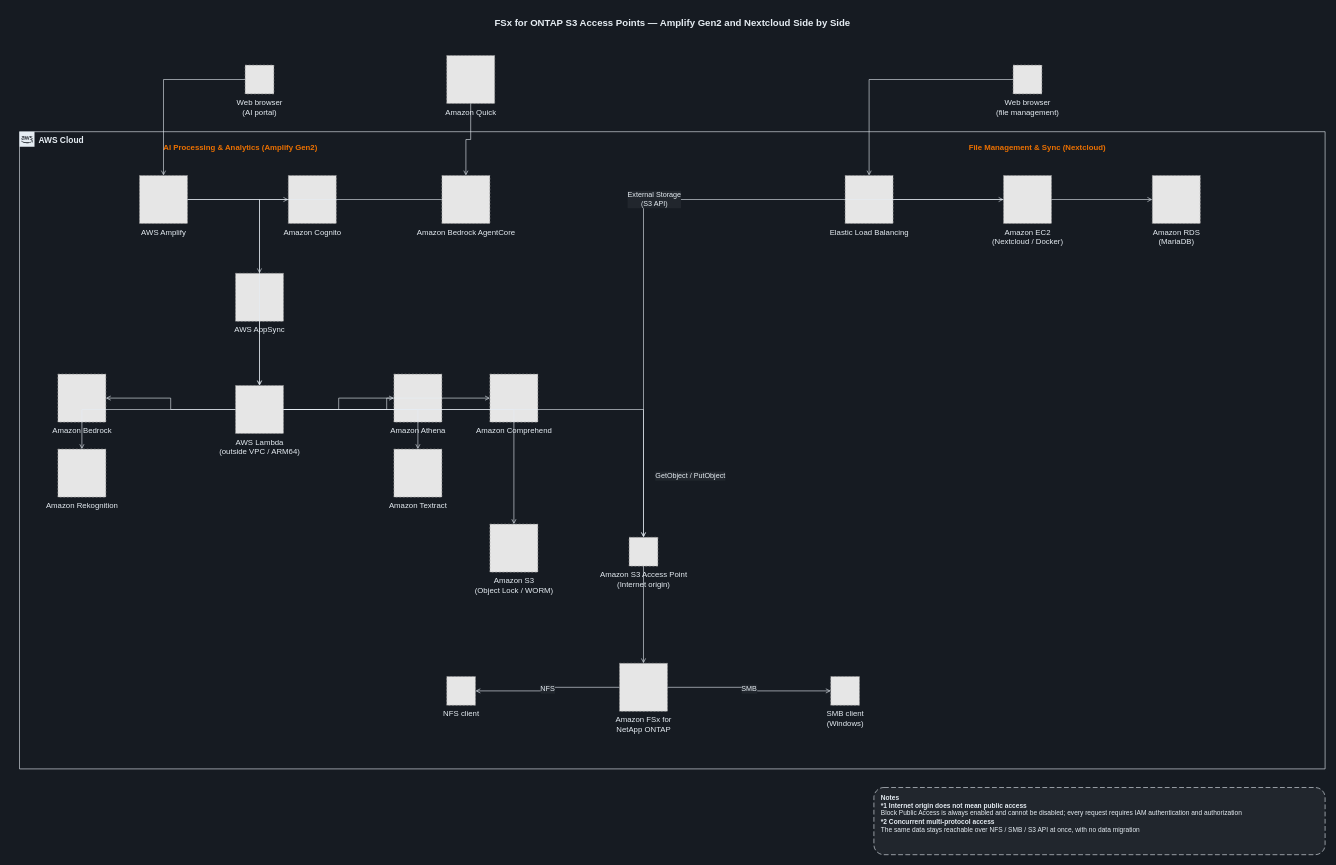
Yoshiki0705/FSx-for-ONTAP-S3AccessPoints-Serverless-Patterns keeps this draw.io diagram as docs/diagrams/dark/coexistence-3path-en.drawio. Above is the earlier version. Source tidied: cells renumbered, new cells numbered last; positions are measured from the earlier drawing's top-left corner, leaving out a move shared by most shapes. Both pictures are drawn from the tidied source at 60%, with x=0, y=0 at pixel (19, 10). Pictures stored in the file or linked from it are replaced by grey dashed boxes.
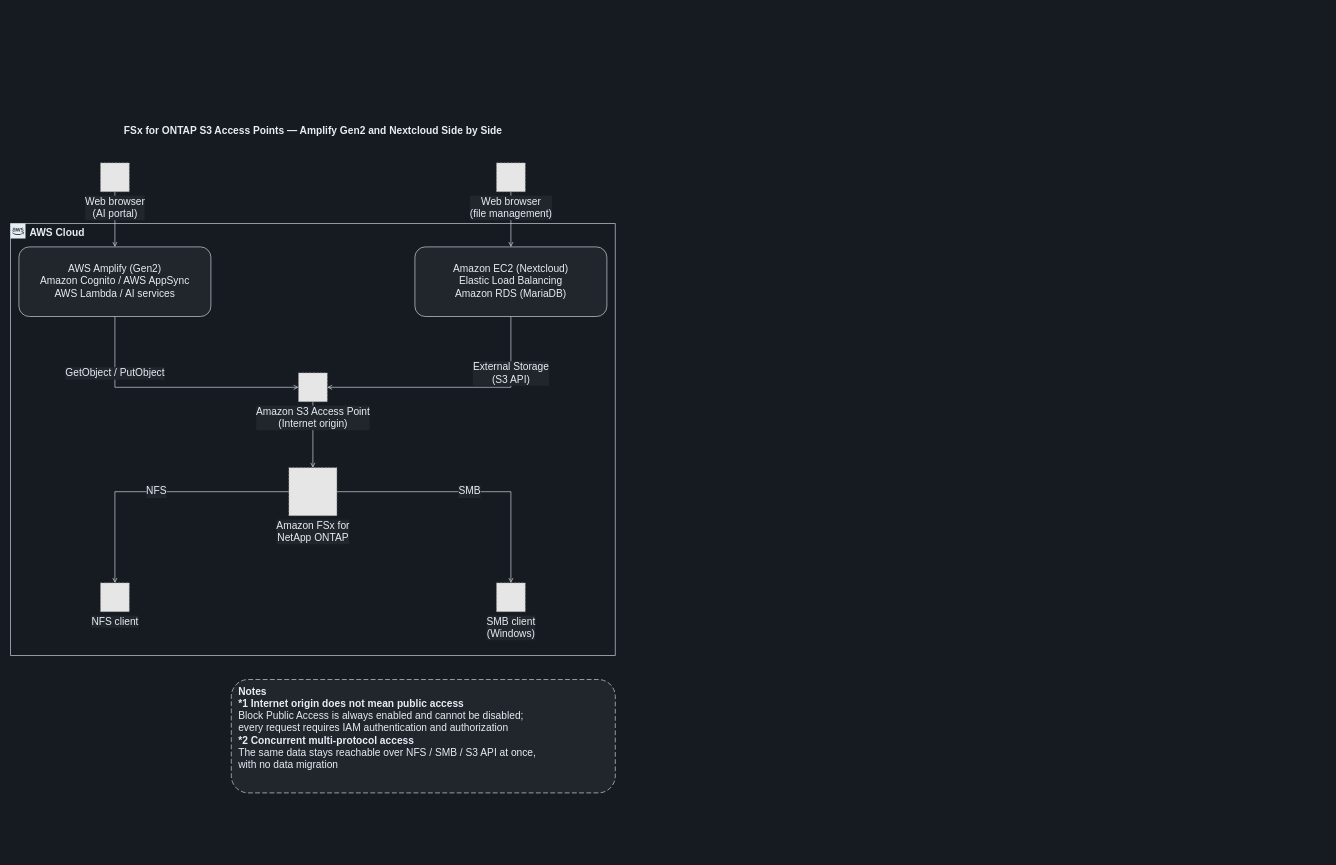
The same page after the edit.

What changed in the source:
```diff
@@
+    <mxCell id="46" value="FSx for ONTAP S3 Access Points — Amplify Gen2 and Nextcloud Side by Side" style="text;html=1;align=center;verticalAlign=middle;fontSize=17;fontStyle=1;fontColor=#E6EDF3;" parent="1" vertex="1">
+      <mxGeometry x="-15" y="184" width="1008" height="34" as="geometry" />
+    </mxCell>
-    <mxCell id="2" value="AWS Cloud" style="gradientColor=none;html=1;whiteSpace=wrap;fontSize=14;fontStyle=1;shape=mxgraph.aws4.group;grIcon=mxgraph.aws4.group_aws_cloud_alt;strokeColor=#E6EDF3;fillColor=none;verticalAlign=top;align=left;spacingLeft=30;fontColor=#E6EDF3;dashed=0;" parent="1" vertex="1">
-      <mxGeometry y="202" width="2176" height="1062" as="geometry" />
+    <mxCell id="2" value="AWS Cloud" style="gradientColor=none;html=1;whiteSpace=wrap;fontSize=17;fontStyle=1;shape=mxgraph.aws4.group;grIcon=mxgraph.aws4.group_aws_cloud_alt;strokeColor=#E6EDF3;fillColor=none;verticalAlign=top;align=left;spacingLeft=30;fontColor=#E6EDF3;dashed=0;" parent="1" vertex="1">
+      <mxGeometry x="-15" y="355" width="1008" height="720" as="geometry" />
     </mxCell>
-    <mxCell id="3" value="AI Processing &amp; Analytics (Amplify Gen2)" style="text;html=1;align=center;verticalAlign=middle;fontSize=13;fontColor=#ED7100;fontStyle=1;" parent="1" vertex="1">
-      <mxGeometry x="192" y="215" width="352" height="25" as="geometry" />
-    </mxCell>
-    <mxCell id="4" value="File Management &amp; Sync (Nextcloud)" style="text;html=1;align=center;verticalAlign=middle;fontSize=13;fontColor=#ED7100;fontStyle=1;" parent="1" vertex="1">
-      <mxGeometry x="1504" y="215" width="384" height="25" as="geometry" />
-    </mxCell>
+    <mxCell id="48" style="edgeStyle=orthogonalEdgeStyle;rounded=0;jettySize=auto;html=1;endArrow=open;endFill=0;strokeColor=#E6EDF3;strokeWidth=1;fontSize=17;fontColor=#E6EDF3;labelBackgroundColor=#21262D;" parent="1" edge="1" source="5" target="49">
+      <mxGeometry relative="1" as="geometry" />
+    </mxCell>
+    <mxCell id="26" style="edgeStyle=orthogonalEdgeStyle;rounded=0;jettySize=auto;html=1;endArrow=open;endFill=0;strokeColor=#E6EDF3;strokeWidth=1;fontSize=17;fontColor=#E6EDF3;labelBackgroundColor=#21262D;" parent="1" edge="1" source="6" target="50">
+      <mxGeometry relative="1" as="geometry" />
+    </mxCell>
+    <mxCell id="27" value="GetObject / PutObject" style="edgeStyle=orthogonalEdgeStyle;rounded=0;jettySize=auto;html=1;endArrow=open;endFill=0;strokeColor=#E6EDF3;strokeWidth=1;fontSize=17;fontColor=#E6EDF3;labelBackgroundColor=#21262D;exitX=0.5;exitY=1;exitDx=0;exitDy=0;entryX=0;entryY=0.5;entryDx=0;entryDy=0;" parent="1" edge="1" source="49" target="22">
+      <mxGeometry x="-0.55" relative="1" as="geometry" />
+    </mxCell>
+    <mxCell id="30" value="External Storage&lt;br&gt;(S3 API)" style="edgeStyle=orthogonalEdgeStyle;rounded=0;jettySize=auto;html=1;endArrow=open;endFill=0;strokeColor=#E6EDF3;strokeWidth=1;fontSize=17;fontColor=#E6EDF3;labelBackgroundColor=#21262D;exitX=0.5;exitY=1;exitDx=0;exitDy=0;entryX=1;entryY=0.5;entryDx=0;entryDy=0;" parent="1" edge="1" source="50" target="22">
+      <mxGeometry x="-0.55" relative="1" as="geometry" />
+    </mxCell>
+    <mxCell id="32" style="edgeStyle=orthogonalEdgeStyle;rounded=0;jettySize=auto;html=1;endArrow=open;endFill=0;strokeColor=#E6EDF3;strokeWidth=1;fontSize=17;fontColor=#E6EDF3;labelBackgroundColor=#21262D;" parent="1" edge="1" source="22" target="23">
+      <mxGeometry relative="1" as="geometry" />
+    </mxCell>
+    <mxCell id="33" value="NFS" style="edgeStyle=orthogonalEdgeStyle;rounded=0;jettySize=auto;html=1;endArrow=open;endFill=0;strokeColor=#E6EDF3;strokeWidth=1;fontSize=17;fontColor=#E6EDF3;labelBackgroundColor=#21262D;" parent="1" edge="1" source="23" target="24">
+      <mxGeometry relative="1" as="geometry" />
+    </mxCell>
+    <mxCell id="34" value="SMB" style="edgeStyle=orthogonalEdgeStyle;rounded=0;jettySize=auto;html=1;endArrow=open;endFill=0;strokeColor=#E6EDF3;strokeWidth=1;fontSize=17;fontColor=#E6EDF3;labelBackgroundColor=#21262D;" parent="1" edge="1" source="23" target="25">
+      <mxGeometry relative="1" as="geometry" />
+    </mxCell>
-    <mxCell id="5" value="Web browser&#10;(AI portal)" style="fillColor=#E6E6E6;strokeColor=#999999;dashed=1;html=1;verticalLabelPosition=bottom;verticalAlign=top;labelPosition=center;align=center;fontSize=13;fontColor=#E6EDF3;" parent="1" vertex="1">
-      <mxGeometry x="376" y="91" width="48" height="48" as="geometry" />
+    <mxCell id="5" value="Web browser&lt;br&gt;(AI portal)" style="fillColor=#E6E6E6;strokeColor=#999999;dashed=1;html=1;verticalLabelPosition=bottom;verticalAlign=top;labelPosition=center;align=center;fontSize=17;fontColor=#E6EDF3;labelBackgroundColor=#21262D;" parent="1" vertex="1">
+      <mxGeometry x="135" y="254" width="48" height="48" as="geometry" />
     </mxCell>
-    <mxCell id="6" value="Web browser&#10;(file management)" style="fillColor=#E6E6E6;strokeColor=#999999;dashed=1;html=1;verticalLabelPosition=bottom;verticalAlign=top;labelPosition=center;align=center;fontSize=13;fontColor=#E6EDF3;" parent="1" vertex="1">
-      <mxGeometry x="1656" y="91" width="48" height="48" as="geometry" />
+    <mxCell id="6" value="Web browser&lt;br&gt;(file management)" style="fillColor=#E6E6E6;strokeColor=#999999;dashed=1;html=1;verticalLabelPosition=bottom;verticalAlign=top;labelPosition=center;align=center;fontSize=17;fontColor=#E6EDF3;labelBackgroundColor=#21262D;" parent="1" vertex="1">
+      <mxGeometry x="795" y="254" width="48" height="48" as="geometry" />
     </mxCell>
-    <mxCell id="7" value="Amazon Quick" style="fillColor=#E6E6E6;strokeColor=#999999;dashed=1;html=1;verticalLabelPosition=bottom;verticalAlign=top;labelPosition=center;align=center;fontSize=13;fontColor=#E6EDF3;" parent="1" vertex="1">
-      <mxGeometry x="712" y="75" width="80" height="80" as="geometry" />
-    </mxCell>
-    <mxCell id="8" value="AWS Amplify" style="fillColor=#E6E6E6;strokeColor=#999999;dashed=1;html=1;verticalLabelPosition=bottom;verticalAlign=top;labelPosition=center;align=center;fontSize=13;fontColor=#E6EDF3;" parent="1" vertex="1">
-      <mxGeometry x="200" y="275" width="80" height="80" as="geometry" />
-    </mxCell>
-    <mxCell id="9" value="Amazon Cognito" style="fillColor=#E6E6E6;strokeColor=#999999;dashed=1;html=1;verticalLabelPosition=bottom;verticalAlign=top;labelPosition=center;align=center;fontSize=13;fontColor=#E6EDF3;" parent="1" vertex="1">
-      <mxGeometry x="448" y="275" width="80" height="80" as="geometry" />
-    </mxCell>
-    <mxCell id="10" value="AWS AppSync" style="fillColor=#E6E6E6;strokeColor=#999999;dashed=1;html=1;verticalLabelPosition=bottom;verticalAlign=top;labelPosition=center;align=center;fontSize=13;fontColor=#E6EDF3;" parent="1" vertex="1">
-      <mxGeometry x="360" y="438" width="80" height="80" as="geometry" />
-    </mxCell>
-    <mxCell id="11" value="Amazon Bedrock AgentCore" style="fillColor=#E6E6E6;strokeColor=#999999;dashed=1;html=1;verticalLabelPosition=bottom;verticalAlign=top;labelPosition=center;align=center;fontSize=13;fontColor=#E6EDF3;" parent="1" vertex="1">
-      <mxGeometry x="704" y="275" width="80" height="80" as="geometry" />
-    </mxCell>
-    <mxCell id="12" value="AWS Lambda&#10;(outside VPC / ARM64)" style="fillColor=#E6E6E6;strokeColor=#999999;dashed=1;html=1;verticalLabelPosition=bottom;verticalAlign=top;labelPosition=center;align=center;fontSize=13;fontColor=#E6EDF3;" parent="1" vertex="1">
-      <mxGeometry x="360" y="625" width="80" height="80" as="geometry" />
-    </mxCell>
-    <mxCell id="13" value="Amazon Bedrock" style="fillColor=#E6E6E6;strokeColor=#999999;dashed=1;html=1;verticalLabelPosition=bottom;verticalAlign=top;labelPosition=center;align=center;fontSize=13;fontColor=#E6EDF3;" parent="1" vertex="1">
-      <mxGeometry x="64" y="606" width="80" height="80" as="geometry" />
-    </mxCell>
-    <mxCell id="14" value="Amazon Rekognition" style="fillColor=#E6E6E6;strokeColor=#999999;dashed=1;html=1;verticalLabelPosition=bottom;verticalAlign=top;labelPosition=center;align=center;fontSize=13;fontColor=#E6EDF3;" parent="1" vertex="1">
-      <mxGeometry x="64" y="731" width="80" height="80" as="geometry" />
-    </mxCell>
-    <mxCell id="15" value="Amazon Athena" style="fillColor=#E6E6E6;strokeColor=#999999;dashed=1;html=1;verticalLabelPosition=bottom;verticalAlign=top;labelPosition=center;align=center;fontSize=13;fontColor=#E6EDF3;" parent="1" vertex="1">
-      <mxGeometry x="624" y="606" width="80" height="80" as="geometry" />
-    </mxCell>
-    <mxCell id="16" value="Amazon Textract" style="fillColor=#E6E6E6;strokeColor=#999999;dashed=1;html=1;verticalLabelPosition=bottom;verticalAlign=top;labelPosition=center;align=center;fontSize=13;fontColor=#E6EDF3;" parent="1" vertex="1">
-      <mxGeometry x="624" y="731" width="80" height="80" as="geometry" />
-    </mxCell>
-    <mxCell id="17" value="Amazon Comprehend" style="fillColor=#E6E6E6;strokeColor=#999999;dashed=1;html=1;verticalLabelPosition=bottom;verticalAlign=top;labelPosition=center;align=center;fontSize=13;fontColor=#E6EDF3;" parent="1" vertex="1">
-      <mxGeometry x="784" y="606" width="80" height="80" as="geometry" />
-    </mxCell>
-    <mxCell id="18" value="Amazon S3&#10;(Object Lock / WORM)" style="fillColor=#E6E6E6;strokeColor=#999999;dashed=1;html=1;verticalLabelPosition=bottom;verticalAlign=top;labelPosition=center;align=center;fontSize=13;fontColor=#E6EDF3;" parent="1" vertex="1">
-      <mxGeometry x="784" y="856" width="80" height="80" as="geometry" />
-    </mxCell>
-    <mxCell id="19" value="Amazon EC2&#10;(Nextcloud / Docker)" style="fillColor=#E6E6E6;strokeColor=#999999;dashed=1;html=1;verticalLabelPosition=bottom;verticalAlign=top;labelPosition=center;align=center;fontSize=13;fontColor=#E6EDF3;" parent="1" vertex="1">
-      <mxGeometry x="1640" y="275" width="80" height="80" as="geometry" />
-    </mxCell>
-    <mxCell id="20" value="Elastic Load Balancing" style="fillColor=#E6E6E6;strokeColor=#999999;dashed=1;html=1;verticalLabelPosition=bottom;verticalAlign=top;labelPosition=center;align=center;fontSize=13;fontColor=#E6EDF3;" parent="1" vertex="1">
-      <mxGeometry x="1376" y="275" width="80" height="80" as="geometry" />
-    </mxCell>
-    <mxCell id="21" value="Amazon RDS&#10;(MariaDB)" style="fillColor=#E6E6E6;strokeColor=#999999;dashed=1;html=1;verticalLabelPosition=bottom;verticalAlign=top;labelPosition=center;align=center;fontSize=13;fontColor=#E6EDF3;" parent="1" vertex="1">
-      <mxGeometry x="1888" y="275" width="80" height="80" as="geometry" />
-    </mxCell>
+    <mxCell id="49" value="AWS Amplify (Gen2)&lt;br&gt;Amazon Cognito / AWS AppSync&lt;br&gt;AWS Lambda / AI services" style="rounded=1;whiteSpace=wrap;html=1;dashed=0;strokeColor=#E6EDF3;fillColor=#21262D;align=center;verticalAlign=middle;fontSize=17;fontColor=#E6EDF3;" parent="1" vertex="1">
+      <mxGeometry x="-1" y="394" width="320" height="116" as="geometry" />
+    </mxCell>
+    <mxCell id="50" value="Amazon EC2 (Nextcloud)&lt;br&gt;Elastic Load Balancing&lt;br&gt;Amazon RDS (MariaDB)" style="rounded=1;whiteSpace=wrap;html=1;dashed=0;strokeColor=#E6EDF3;fillColor=#21262D;align=center;verticalAlign=middle;fontSize=17;fontColor=#E6EDF3;" parent="1" vertex="1">
+      <mxGeometry x="659" y="394" width="320" height="116" as="geometry" />
+    </mxCell>
-    <mxCell id="22" value="Amazon S3 Access Point&#10;(Internet origin)" style="fillColor=#E6E6E6;strokeColor=#999999;dashed=1;html=1;verticalLabelPosition=bottom;verticalAlign=top;labelPosition=center;align=center;fontSize=13;fontColor=#E6EDF3;" parent="1" vertex="1">
-      <mxGeometry x="1016" y="878" width="48" height="48" as="geometry" />
+    <mxCell id="22" value="Amazon S3 Access Point&lt;br&gt;(Internet origin)" style="fillColor=#E6E6E6;strokeColor=#999999;dashed=1;html=1;verticalLabelPosition=bottom;verticalAlign=top;labelPosition=center;align=center;fontSize=17;fontColor=#E6EDF3;labelBackgroundColor=#21262D;" parent="1" vertex="1">
+      <mxGeometry x="465" y="604" width="48" height="48" as="geometry" />
     </mxCell>
-    <mxCell id="23" value="Amazon FSx for&#10;NetApp ONTAP" style="fillColor=#E6E6E6;strokeColor=#999999;dashed=1;html=1;verticalLabelPosition=bottom;verticalAlign=top;labelPosition=center;align=center;fontSize=13;fontColor=#E6EDF3;" parent="1" vertex="1">
-      <mxGeometry x="1000" y="1088" width="80" height="80" as="geometry" />
+    <mxCell id="23" value="Amazon FSx for&lt;br&gt;NetApp ONTAP" style="fillColor=#E6E6E6;strokeColor=#999999;dashed=1;html=1;verticalLabelPosition=bottom;verticalAlign=top;labelPosition=center;align=center;fontSize=17;fontColor=#E6EDF3;labelBackgroundColor=#21262D;" parent="1" vertex="1">
+      <mxGeometry x="449" y="762" width="80" height="80" as="geometry" />
     </mxCell>
-    <mxCell id="24" value="NFS client" style="fillColor=#E6E6E6;strokeColor=#999999;dashed=1;html=1;verticalLabelPosition=bottom;verticalAlign=top;labelPosition=center;align=center;fontSize=13;fontColor=#E6EDF3;" parent="1" vertex="1">
-      <mxGeometry x="712" y="1110" width="48" height="48" as="geometry" />
+    <mxCell id="24" value="NFS client" style="fillColor=#E6E6E6;strokeColor=#999999;dashed=1;html=1;verticalLabelPosition=bottom;verticalAlign=top;labelPosition=center;align=center;fontSize=17;fontColor=#E6EDF3;labelBackgroundColor=#21262D;" parent="1" vertex="1">
+      <mxGeometry x="135" y="954" width="48" height="48" as="geometry" />
     </mxCell>
-    <mxCell id="25" value="SMB client&#10;(Windows)" style="fillColor=#E6E6E6;strokeColor=#999999;dashed=1;html=1;verticalLabelPosition=bottom;verticalAlign=top;labelPosition=center;align=center;fontSize=13;fontColor=#E6EDF3;" parent="1" vertex="1">
-      <mxGeometry x="1352" y="1110" width="48" height="48" as="geometry" />
+    <mxCell id="25" value="SMB client&lt;br&gt;(Windows)" style="fillColor=#E6E6E6;strokeColor=#999999;dashed=1;html=1;verticalLabelPosition=bottom;verticalAlign=top;labelPosition=center;align=center;fontSize=17;fontColor=#E6EDF3;labelBackgroundColor=#21262D;" parent="1" vertex="1">
+      <mxGeometry x="795" y="954" width="48" height="48" as="geometry" />
     </mxCell>
-    <mxCell id="26" style="edgeStyle=orthogonalEdgeStyle;rounded=0;jettySize=auto;html=1;endArrow=open;endFill=0;strokeColor=#E6EDF3;strokeWidth=1;fontSize=12;fontColor=#E6EDF3;labelBackgroundColor=#21262D;" parent="1" edge="1" source="5" target="8">
-      <mxGeometry relative="1" as="geometry" />
-    </mxCell>
-    <mxCell id="27" style="edgeStyle=orthogonalEdgeStyle;rounded=0;jettySize=auto;html=1;endArrow=open;endFill=0;strokeColor=#E6EDF3;strokeWidth=1;fontSize=12;fontColor=#E6EDF3;labelBackgroundColor=#21262D;" parent="1" edge="1" source="8" target="10">
-      <mxGeometry relative="1" as="geometry" />
-    </mxCell>
-    <mxCell id="28" style="edgeStyle=orthogonalEdgeStyle;rounded=0;jettySize=auto;html=1;endArrow=open;endFill=0;strokeColor=#E6EDF3;strokeWidth=1;fontSize=12;fontColor=#E6EDF3;labelBackgroundColor=#21262D;" parent="1" edge="1" source="8" target="9">
-      <mxGeometry relative="1" as="geometry" />
-    </mxCell>
-    <mxCell id="29" style="edgeStyle=orthogonalEdgeStyle;rounded=0;jettySize=auto;html=1;endArrow=open;endFill=0;strokeColor=#E6EDF3;strokeWidth=1;fontSize=12;fontColor=#E6EDF3;labelBackgroundColor=#21262D;" parent="1" edge="1" source="7" target="11">
-      <mxGeometry relative="1" as="geometry" />
-    </mxCell>
-    <mxCell id="30" style="edgeStyle=orthogonalEdgeStyle;rounded=0;jettySize=auto;html=1;endArrow=open;endFill=0;strokeColor=#E6EDF3;strokeWidth=1;fontSize=12;fontColor=#E6EDF3;labelBackgroundColor=#21262D;" parent="1" edge="1" source="10" target="12">
-      <mxGeometry relative="1" as="geometry" />
-    </mxCell>
-    <mxCell id="31" style="edgeStyle=orthogonalEdgeStyle;rounded=0;jettySize=auto;html=1;endArrow=open;endFill=0;strokeColor=#E6EDF3;strokeWidth=1;fontSize=12;fontColor=#E6EDF3;labelBackgroundColor=#21262D;" parent="1" edge="1" source="11" target="12">
-      <mxGeometry relative="1" as="geometry" />
-    </mxCell>
-    <mxCell id="32" value="GetObject / PutObject" style="edgeStyle=orthogonalEdgeStyle;rounded=0;jettySize=auto;html=1;endArrow=open;endFill=0;strokeColor=#E6EDF3;strokeWidth=1;fontSize=12;fontColor=#E6EDF3;labelBackgroundColor=#21262D;" parent="1" edge="1" source="12" target="22">
-      <mxGeometry x="0.75" relative="1" as="geometry">
-        <mxPoint x="78" as="offset" />
-      </mxGeometry>
-    </mxCell>
-    <mxCell id="33" style="edgeStyle=orthogonalEdgeStyle;rounded=0;jettySize=auto;html=1;endArrow=open;endFill=0;strokeColor=#E6EDF3;strokeWidth=1;fontSize=12;fontColor=#E6EDF3;labelBackgroundColor=#21262D;" parent="1" edge="1" source="12" target="13">
-      <mxGeometry relative="1" as="geometry" />
-    </mxCell>
-    <mxCell id="34" style="edgeStyle=orthogonalEdgeStyle;rounded=0;jettySize=auto;html=1;endArrow=open;endFill=0;strokeColor=#E6EDF3;strokeWidth=1;fontSize=12;fontColor=#E6EDF3;labelBackgroundColor=#21262D;" parent="1" edge="1" source="12" target="14">
-      <mxGeometry relative="1" as="geometry" />
-    </mxCell>
-    <mxCell id="35" style="edgeStyle=orthogonalEdgeStyle;rounded=0;jettySize=auto;html=1;endArrow=open;endFill=0;strokeColor=#E6EDF3;strokeWidth=1;fontSize=12;fontColor=#E6EDF3;labelBackgroundColor=#21262D;" parent="1" edge="1" source="12" target="15">
-      <mxGeometry relative="1" as="geometry" />
-    </mxCell>
-    <mxCell id="36" style="edgeStyle=orthogonalEdgeStyle;rounded=0;jettySize=auto;html=1;endArrow=open;endFill=0;strokeColor=#E6EDF3;strokeWidth=1;fontSize=12;fontColor=#E6EDF3;labelBackgroundColor=#21262D;" parent="1" edge="1" source="12" target="16">
-      <mxGeometry relative="1" as="geometry" />
-    </mxCell>
-    <mxCell id="37" style="edgeStyle=orthogonalEdgeStyle;rounded=0;jettySize=auto;html=1;endArrow=open;endFill=0;strokeColor=#E6EDF3;strokeWidth=1;fontSize=12;fontColor=#E6EDF3;labelBackgroundColor=#21262D;" parent="1" edge="1" source="12" target="17">
-      <mxGeometry relative="1" as="geometry" />
-    </mxCell>
-    <mxCell id="38" style="edgeStyle=orthogonalEdgeStyle;rounded=0;jettySize=auto;html=1;endArrow=open;endFill=0;strokeColor=#E6EDF3;strokeWidth=1;fontSize=12;fontColor=#E6EDF3;labelBackgroundColor=#21262D;" parent="1" edge="1" source="12" target="18">
-      <mxGeometry relative="1" as="geometry" />
-    </mxCell>
-    <mxCell id="39" style="edgeStyle=orthogonalEdgeStyle;rounded=0;jettySize=auto;html=1;endArrow=open;endFill=0;strokeColor=#E6EDF3;strokeWidth=1;fontSize=12;fontColor=#E6EDF3;labelBackgroundColor=#21262D;" parent="1" edge="1" source="6" target="20">
-      <mxGeometry relative="1" as="geometry" />
-    </mxCell>
-    <mxCell id="40" style="edgeStyle=orthogonalEdgeStyle;rounded=0;jettySize=auto;html=1;endArrow=open;endFill=0;strokeColor=#E6EDF3;strokeWidth=1;fontSize=12;fontColor=#E6EDF3;labelBackgroundColor=#21262D;" parent="1" edge="1" source="20" target="19">
-      <mxGeometry relative="1" as="geometry" />
-    </mxCell>
-    <mxCell id="41" value="External Storage&#10;(S3 API)" style="edgeStyle=orthogonalEdgeStyle;rounded=0;jettySize=auto;html=1;endArrow=open;endFill=0;strokeColor=#E6EDF3;strokeWidth=1;fontSize=12;fontColor=#E6EDF3;labelBackgroundColor=#21262D;" parent="1" edge="1" source="19" target="22">
-      <mxGeometry relative="1" as="geometry" />
-    </mxCell>
-    <mxCell id="42" style="edgeStyle=orthogonalEdgeStyle;rounded=0;jettySize=auto;html=1;endArrow=open;endFill=0;strokeColor=#E6EDF3;strokeWidth=1;fontSize=12;fontColor=#E6EDF3;labelBackgroundColor=#21262D;" parent="1" edge="1" source="19" target="21">
-      <mxGeometry relative="1" as="geometry" />
-    </mxCell>
-    <mxCell id="43" style="edgeStyle=orthogonalEdgeStyle;rounded=0;jettySize=auto;html=1;endArrow=open;endFill=0;strokeColor=#E6EDF3;strokeWidth=1;fontSize=12;fontColor=#E6EDF3;labelBackgroundColor=#21262D;" parent="1" edge="1" source="22" target="23">
-      <mxGeometry relative="1" as="geometry" />
-    </mxCell>
-    <mxCell id="44" value="NFS" style="edgeStyle=orthogonalEdgeStyle;rounded=0;jettySize=auto;html=1;endArrow=open;endFill=0;strokeColor=#E6EDF3;strokeWidth=1;fontSize=12;fontColor=#E6EDF3;labelBackgroundColor=#21262D;" parent="1" edge="1" source="23" target="24">
-      <mxGeometry relative="1" as="geometry" />
-    </mxCell>
-    <mxCell id="45" value="SMB" style="edgeStyle=orthogonalEdgeStyle;rounded=0;jettySize=auto;html=1;endArrow=open;endFill=0;strokeColor=#E6EDF3;strokeWidth=1;fontSize=12;fontColor=#E6EDF3;labelBackgroundColor=#21262D;" parent="1" edge="1" source="23" target="25">
-      <mxGeometry relative="1" as="geometry" />
-    </mxCell>
-    <mxCell id="46" value="FSx for ONTAP S3 Access Points — Amplify Gen2 and Nextcloud Side by Side" style="text;html=1;align=center;verticalAlign=middle;fontSize=16;fontStyle=1;fontColor=#E6EDF3;" parent="1" vertex="1">
-      <mxGeometry width="2176" height="42" as="geometry" />
-    </mxCell>
-    <mxCell id="47" value="&lt;b&gt;Notes&lt;/b&gt;&lt;br&gt;&lt;b&gt;*1 Internet origin does not mean public access&lt;/b&gt;&lt;br&gt;Block Public Access is always enabled and cannot be disabled; every request requires IAM authentication and authorization&lt;br&gt;&lt;b&gt;*2 Concurrent multi-protocol access&lt;/b&gt;&lt;br&gt;The same data stays reachable over NFS / SMB / S3 API at once, with no data migration" style="rounded=1;whiteSpace=wrap;html=1;dashed=1;dashPattern=8 4;strokeColor=#E6EDF3;fillColor=#21262D;align=left;verticalAlign=top;spacingLeft=10;spacingTop=4;fontSize=11;fontColor=#E6EDF3;" parent="1" vertex="1">
-      <mxGeometry x="1424" y="1295" width="752" height="112" as="geometry" />
+    <mxCell id="47" value="&lt;b&gt;Notes&lt;/b&gt;&lt;br&gt;&lt;b&gt;*1 Internet origin does not mean public access&lt;/b&gt;&lt;br&gt;Block Public Access is always enabled and cannot be disabled;&lt;br&gt;every request requires IAM authentication and authorization&lt;br&gt;&lt;b&gt;*2 Concurrent multi-protocol access&lt;/b&gt;&lt;br&gt;The same data stays reachable over NFS / SMB / S3 API at once,&lt;br&gt;with no data migration" style="rounded=1;whiteSpace=wrap;html=1;dashed=1;dashPattern=8 4;strokeColor=#E6EDF3;fillColor=#21262D;align=left;verticalAlign=top;spacingLeft=10;spacingTop=4;fontSize=17;fontColor=#E6EDF3;" parent="1" vertex="1">
+      <mxGeometry x="353" y="1115" width="640" height="189" as="geometry" />
     </mxCell>
```
